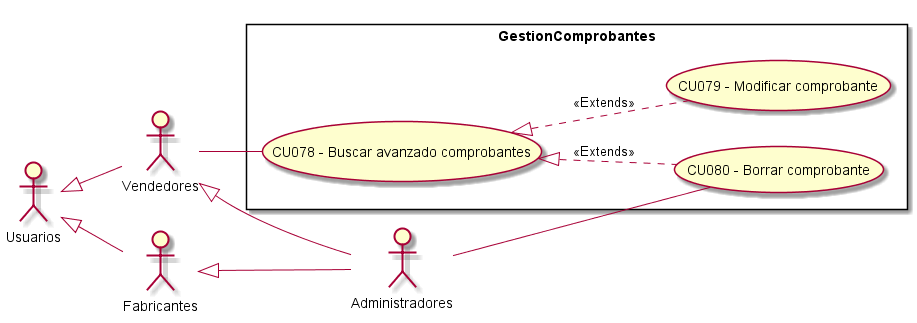
This is Informe Final/Imagenes/ModeladoDeCasosDeUso/DiagramaDeCasosDeUso/GestionComprobantes.png from ZMGestion/DocumentacionZMGestion, a PlantUML export, as it was before one commit.
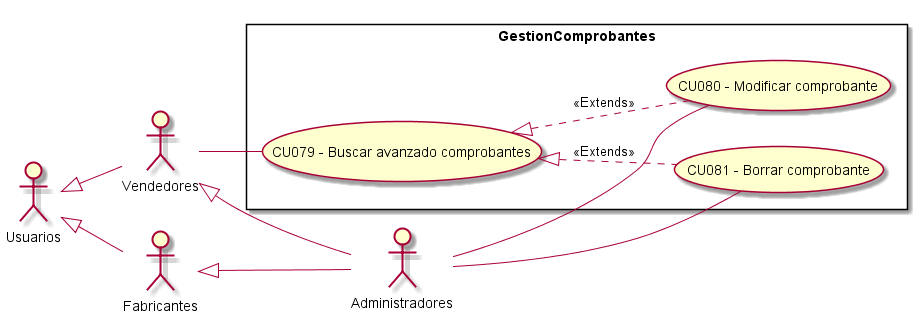
The same diagram one commit later.

Diff of the diagram source:
```diff
@@ -14,14 +14,15 @@
 
 rectangle GestionComprobantes{
 
-    UseCase "CU078 - Buscar avanzado comprobantes " as BA
-    UseCase "CU079 - Modificar comprobante" as M
-    UseCase "CU080 - Borrar comprobante" as B
+    UseCase "CU079 - Buscar avanzado comprobantes " as BA
+    UseCase "CU080 - Modificar comprobante" as M
+    UseCase "CU081 - Borrar comprobante" as B
 
     BA <|.. M : <<Extends>>
     BA <|.. B : <<Extends>>
 }
     Vendedores -- BA
     Administradores -- B
+    Administradores -- M
 
 @enduml
```
